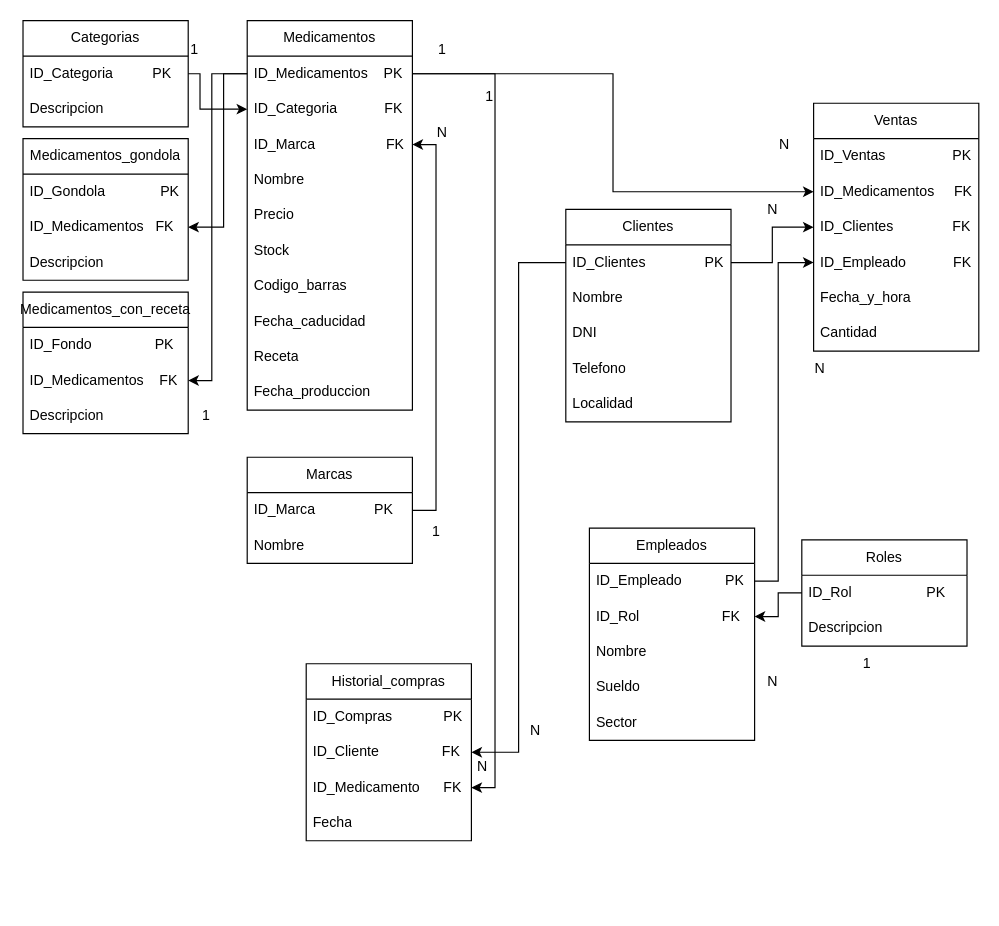
The draw.io diagram Sql/DER.drawio in benjox470/Proyecto_Co_Base_de_Datos_y_Algoritmos_Grupo_3, before the edit. Source tidied: cells renumbered, new cells numbered last; positions are measured from the earlier drawing's top-left corner, leaving out a move shared by most shapes. Both pictures are drawn from the tidied source at 118%, with x=0, y=0 at pixel (22, 20).
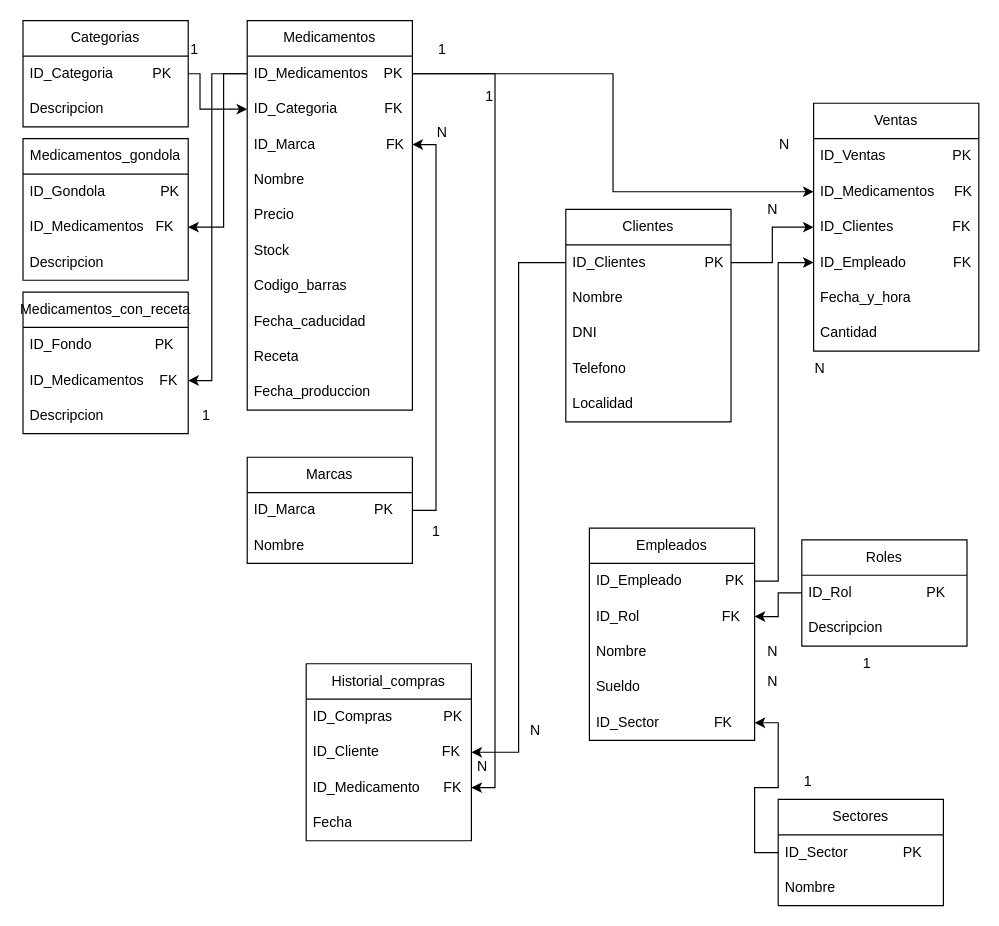
The same diagram, later.

The change refers to these unchanged cells:
```xml
<mxCell id="26" value="Empleados" style="swimlane;fontStyle=0;horizontal=1;startSize=30;whiteSpace=wrap;html=1;" parent="1" vertex="1">
  <mxGeometry x="480" y="430" width="140" height="180" as="geometry" />
</mxCell>
```

Change to the diagram source:
```diff
@@
-    <mxCell id="31" value="Sector" style="text;strokeColor=none;fillColor=none;align=left;verticalAlign=middle;spacingLeft=4;spacingRight=4;overflow=hidden;points=[[0,0.5],[1,0.5]];portConstraint=eastwest;whiteSpace=wrap;html=1;" parent="26" vertex="1">
+    <mxCell id="31" value="ID_Sector&amp;nbsp; &amp;nbsp; &amp;nbsp; &amp;nbsp; &amp;nbsp; &amp;nbsp; &amp;nbsp; FK" style="text;strokeColor=none;fillColor=none;align=left;verticalAlign=middle;spacingLeft=4;spacingRight=4;overflow=hidden;points=[[0,0.5],[1,0.5]];portConstraint=eastwest;whiteSpace=wrap;html=1;" parent="26" vertex="1">
       <mxGeometry y="150" width="140" height="30" as="geometry" />
     </mxCell>
@@
+    <mxCell id="77" value="Sectores" style="swimlane;fontStyle=0;horizontal=1;startSize=30;whiteSpace=wrap;html=1;" parent="1" vertex="1">
+      <mxGeometry x="640" y="660" width="140" height="90" as="geometry" />
+    </mxCell>
+    <mxCell id="78" value="ID_Sector&amp;nbsp; &amp;nbsp; &amp;nbsp; &amp;nbsp; &amp;nbsp; &amp;nbsp; &amp;nbsp; PK" style="text;strokeColor=none;fillColor=none;align=left;verticalAlign=middle;spacingLeft=4;spacingRight=4;overflow=hidden;points=[[0,0.5],[1,0.5]];portConstraint=eastwest;whiteSpace=wrap;html=1;" parent="77" vertex="1">
+      <mxGeometry y="30" width="140" height="30" as="geometry" />
+    </mxCell>
+    <mxCell id="79" value="Nombre" style="text;strokeColor=none;fillColor=none;align=left;verticalAlign=middle;spacingLeft=4;spacingRight=4;overflow=hidden;whiteSpace=wrap;html=1;" parent="77" vertex="1">
+      <mxGeometry y="60" width="140" height="30" as="geometry" />
+    </mxCell>
+    <mxCell id="80" style="edgeStyle=orthogonalEdgeStyle;rounded=0;jettySize=auto;html=1;exitX=0;exitY=0.5;exitDx=0;exitDy=0;entryX=1;entryY=0.5;entryDx=0;entryDy=0;" parent="1" edge="1" source="78" target="31">
+      <mxGeometry relative="1" as="geometry" />
+    </mxCell>
+    <mxCell id="81" value="N" style="text;html=1;align=center;verticalAlign=middle;strokeColor=none;fillColor=none;" parent="1" vertex="1">
+      <mxGeometry x="620" y="520" width="30" height="30" as="geometry" />
+    </mxCell>
+    <mxCell id="82" value="1" style="text;html=1;align=center;verticalAlign=middle;strokeColor=none;fillColor=none;" parent="1" vertex="1">
+      <mxGeometry x="650" y="630" width="30" height="30" as="geometry" />
+    </mxCell>
```
